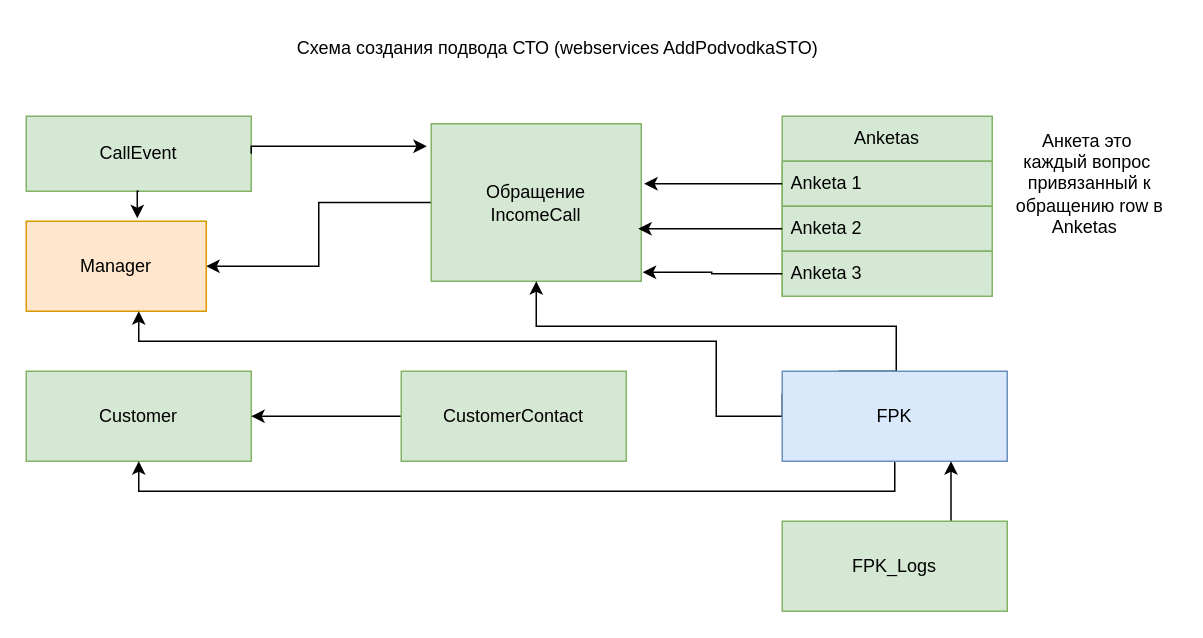
Earlier version of the draw.io diagram Диаграмма без названия.drawio (Vintelll/PassportEye). Source tidied: cells renumbered, new cells numbered last; positions are measured from the earlier drawing's top-left corner, leaving out a move shared by most shapes. Both pictures are drawn from the tidied source at 150%, with x=0, y=0 at pixel (26, 26).
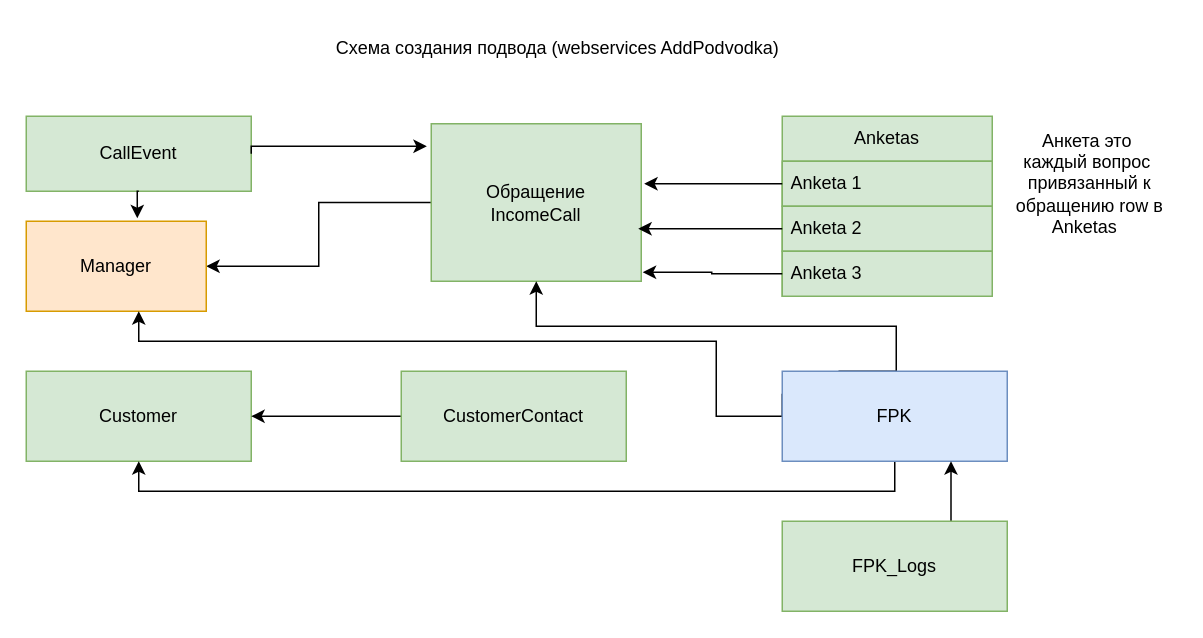
Above is the later version.

Change to the diagram source:
```diff
@@
-    <mxCell id="4" value="Схема создания подвода СТО (webservices AddPodvodkaSTO)" style="text;html=1;align=center;verticalAlign=middle;strokeColor=none;fillColor=none;" parent="1" vertex="1">
-      <mxGeometry x="169" width="370" height="30" as="geometry" />
+    <mxCell id="4" value="Схема создания подвода (webservices AddPodvodka)" style="text;html=1;align=center;verticalAlign=middle;strokeColor=none;fillColor=none;" parent="1" vertex="1">
+      <mxGeometry x="194" width="320" height="30" as="geometry" />
     </mxCell>
```
